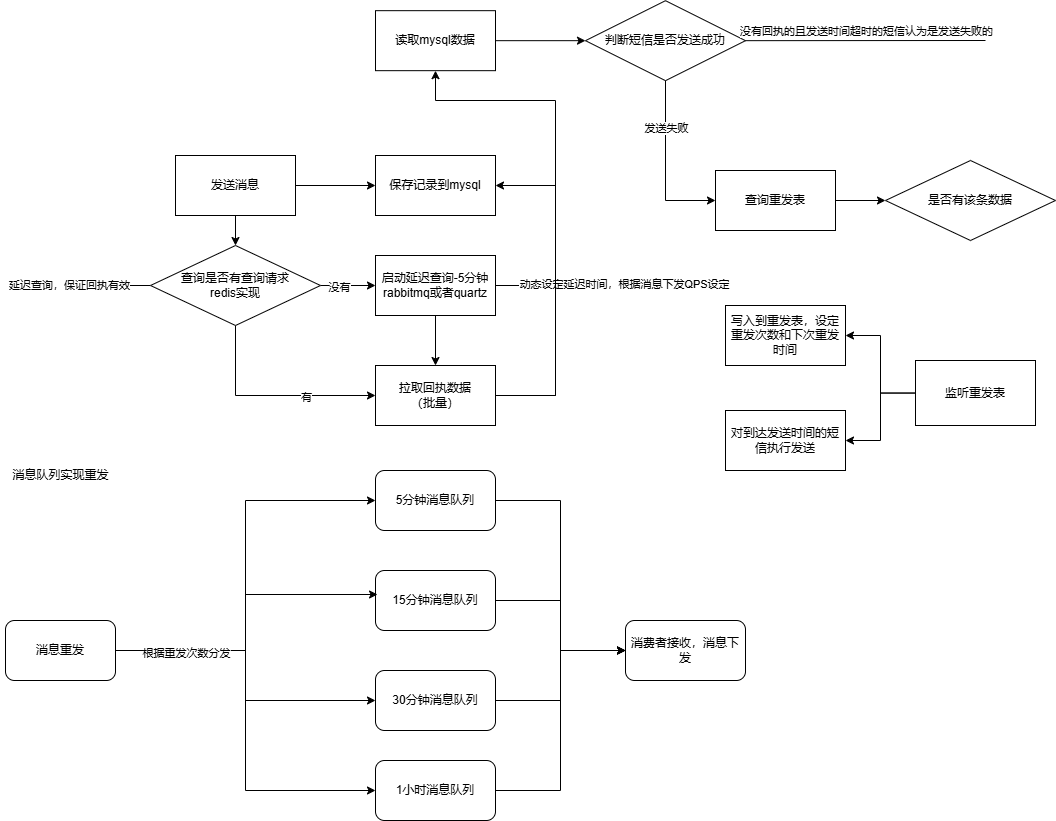
Above: 失败重试机制.png in castle926535/xxx (draw.io), before the change. Source tidied: cells renumbered, new cells last; positions are measured from the earlier drawing's top-left corner, leaving out a move shared by most shapes.
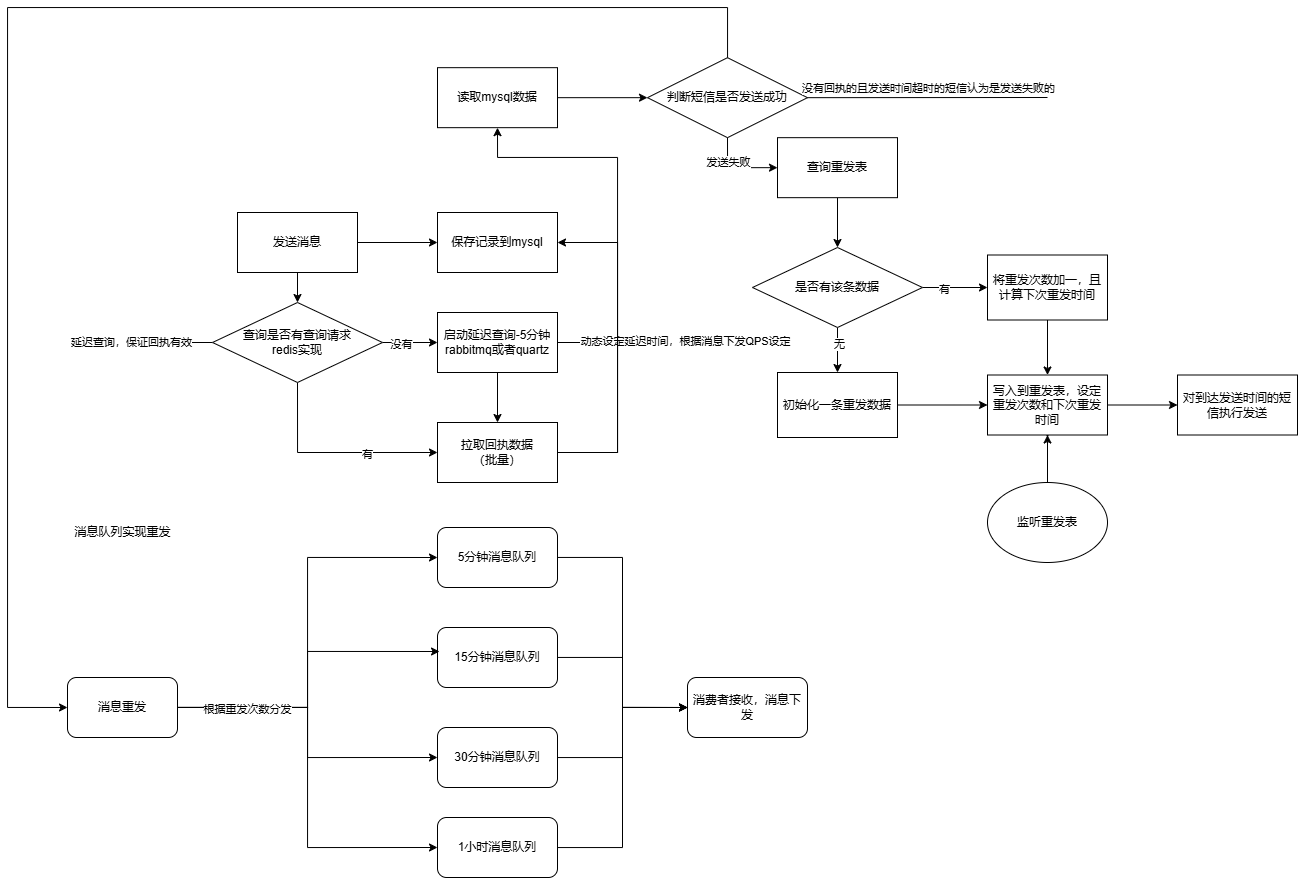
The same file after the commit.

Commit message:
更新失败重试机制.png

Change to the diagram source:
```diff
@@ -78,13 +78,21 @@
     <mxCell id="19" value="拉取回执数据&lt;div&gt;（批量）&lt;/div&gt;" style="rounded=0;whiteSpace=wrap;html=1;" parent="1" vertex="1">
       <mxGeometry x="375" y="365" width="120" height="60" as="geometry" />
     </mxCell>
+    <mxCell id="51" style="edgeStyle=orthogonalEdgeStyle;rounded=0;jettySize=auto;html=1;exitX=0.5;exitY=1;exitDx=0;exitDy=0;" parent="1" edge="1" source="20">
+      <mxGeometry relative="1" as="geometry">
+        <mxPoint x="985.1" y="380" as="targetPoint" />
+      </mxGeometry>
+    </mxCell>
+    <mxCell id="52" style="edgeStyle=orthogonalEdgeStyle;rounded=0;jettySize=auto;html=1;" parent="1" edge="1" source="20" target="29">
+      <mxGeometry relative="1" as="geometry" />
+    </mxCell>
     <mxCell id="20" value="写入到重发表，设定重发次数和下次重发时间" style="rounded=0;whiteSpace=wrap;html=1;" parent="1" vertex="1">
-      <mxGeometry x="725" y="305" width="120" height="60" as="geometry" />
+      <mxGeometry x="925" y="317.5" width="120" height="60" as="geometry" />
     </mxCell>
     <mxCell id="21" style="edgeStyle=orthogonalEdgeStyle;rounded=0;jettySize=auto;html=1;exitX=0.5;exitY=1;exitDx=0;exitDy=0;entryX=0;entryY=0.5;entryDx=0;entryDy=0;" parent="1" edge="1" source="23" target="49">
       <mxGeometry relative="1" as="geometry">
         <Array as="points">
-          <mxPoint x="665" y="200" />
+          <mxPoint x="665" y="110" />
         </Array>
       </mxGeometry>
     </mxCell>
@@ -102,17 +110,14 @@
     <mxCell id="25" value="读取mysql数据" style="rounded=0;whiteSpace=wrap;html=1;" parent="1" vertex="1">
       <mxGeometry x="375" y="10.2" width="120" height="60" as="geometry" />
     </mxCell>
-    <mxCell id="26" style="edgeStyle=orthogonalEdgeStyle;rounded=0;jettySize=auto;html=1;entryX=1;entryY=0.5;entryDx=0;entryDy=0;" parent="1" edge="1" source="28" target="20">
+    <mxCell id="26" style="edgeStyle=orthogonalEdgeStyle;rounded=0;jettySize=auto;html=1;entryX=0.5;entryY=0;entryDx=0;entryDy=0;" parent="1" edge="1" source="28" target="20">
       <mxGeometry relative="1" as="geometry" />
     </mxCell>
-    <mxCell id="27" style="edgeStyle=orthogonalEdgeStyle;rounded=0;jettySize=auto;html=1;entryX=1;entryY=0.5;entryDx=0;entryDy=0;" parent="1" edge="1" source="28" target="29">
-      <mxGeometry relative="1" as="geometry" />
-    </mxCell>
-    <mxCell id="28" value="监听重发表" style="rounded=0;whiteSpace=wrap;html=1;" parent="1" vertex="1">
-      <mxGeometry x="915" y="360" width="120" height="65" as="geometry" />
+    <mxCell id="28" value="将重发次数加一，且计算下次重发时间" style="rounded=0;whiteSpace=wrap;html=1;" parent="1" vertex="1">
+      <mxGeometry x="925" y="197.5" width="120" height="65" as="geometry" />
     </mxCell>
     <mxCell id="29" value="对到达发送时间的短信执行发送" style="rounded=0;whiteSpace=wrap;html=1;" parent="1" vertex="1">
-      <mxGeometry x="725" y="410" width="120" height="60" as="geometry" />
+      <mxGeometry x="1115" y="317.5" width="120" height="60" as="geometry" />
     </mxCell>
     <mxCell id="30" style="endArrow=none;html=1;rounded=0;exitX=1;exitY=0.5;exitDx=0;exitDy=0;" parent="1" edge="1" source="23">
       <mxGeometry relative="1" as="geometry">
@@ -174,10 +179,43 @@
       <mxGeometry relative="1" as="geometry" />
     </mxCell>
     <mxCell id="49" value="查询重发表" style="rounded=0;whiteSpace=wrap;html=1;" parent="1" vertex="1">
-      <mxGeometry x="715" y="170" width="120" height="60" as="geometry" />
+      <mxGeometry x="715" y="80.2" width="120" height="60" as="geometry" />
     </mxCell>
+    <mxCell id="53" style="edgeStyle=orthogonalEdgeStyle;rounded=0;jettySize=auto;html=1;exitX=0.5;exitY=1;exitDx=0;exitDy=0;entryX=0.5;entryY=0;entryDx=0;entryDy=0;" parent="1" edge="1" source="50" target="61">
+      <mxGeometry relative="1" as="geometry" />
+    </mxCell>
+    <mxCell id="54" value="无" style="edgeLabel;html=1;align=center;verticalAlign=middle;" parent="53" vertex="1">
+      <mxGeometry x="-0.26" y="1" relative="1" as="geometry" />
+    </mxCell>
+    <mxCell id="55" style="edgeStyle=orthogonalEdgeStyle;rounded=0;jettySize=auto;html=1;exitX=1;exitY=0.5;exitDx=0;exitDy=0;" parent="1" edge="1" source="50" target="28">
+      <mxGeometry relative="1" as="geometry" />
+    </mxCell>
+    <mxCell id="56" value="有" style="edgeLabel;html=1;align=center;verticalAlign=middle;" parent="55" vertex="1">
+      <mxGeometry x="-0.36" y="-1" relative="1" as="geometry" />
+    </mxCell>
     <mxCell id="50" value="是否有该条数据" style="rhombus;whiteSpace=wrap;html=1;rounded=0;" parent="1" vertex="1">
-      <mxGeometry x="885" y="160" width="170" height="80" as="geometry" />
+      <mxGeometry x="690" y="190" width="170" height="80" as="geometry" />
     </mxCell>
+    <mxCell id="57" style="edgeStyle=orthogonalEdgeStyle;rounded=0;jettySize=auto;html=1;entryX=0;entryY=0.5;entryDx=0;entryDy=0;" parent="1" edge="1" source="23" target="43">
+      <mxGeometry relative="1" as="geometry">
+        <Array as="points">
+          <mxPoint x="665" y="-50" />
+          <mxPoint x="-55" y="-50" />
+          <mxPoint x="-55" y="650" />
+        </Array>
+      </mxGeometry>
+    </mxCell>
+    <mxCell id="58" style="edgeStyle=orthogonalEdgeStyle;rounded=0;jettySize=auto;html=1;exitX=0.5;exitY=0;exitDx=0;exitDy=0;entryX=0.5;entryY=1;entryDx=0;entryDy=0;" parent="1" edge="1" source="59" target="20">
+      <mxGeometry relative="1" as="geometry" />
+    </mxCell>
+    <mxCell id="59" value="监听重发表" style="ellipse;whiteSpace=wrap;html=1;" parent="1" vertex="1">
+      <mxGeometry x="925" y="425" width="120" height="80" as="geometry" />
+    </mxCell>
+    <mxCell id="60" style="edgeStyle=orthogonalEdgeStyle;rounded=0;jettySize=auto;html=1;exitX=1;exitY=0.5;exitDx=0;exitDy=0;" parent="1" edge="1" source="61" target="20">
+      <mxGeometry relative="1" as="geometry" />
+    </mxCell>
+    <mxCell id="61" value="初始化一条重发数据" style="rounded=0;whiteSpace=wrap;html=1;" parent="1" vertex="1">
+      <mxGeometry x="715" y="315" width="120" height="65" as="geometry" />
+    </mxCell>
   </root>
 </mxGraphModel>
```
